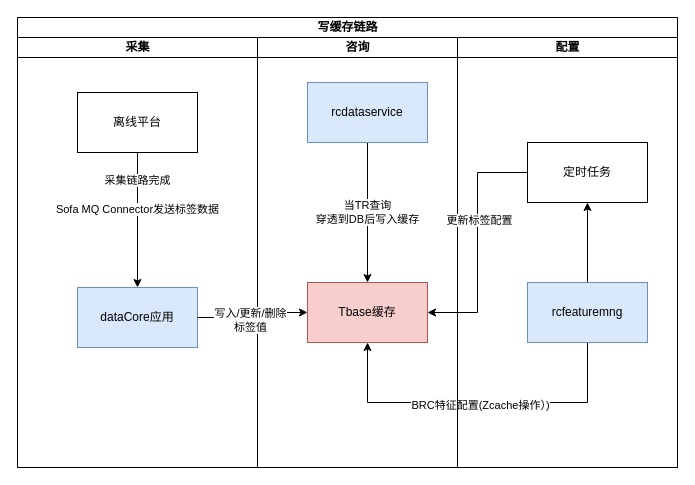
Earlier version of the draw.io diagram doc/draw/特征缓存上下游一览图.drawio (LiYeLin/fruitSellerClient). Source tidied: cells renumbered, new cells numbered last; positions are measured from the earlier drawing's top-left corner, leaving out a move shared by most shapes. Both pictures are drawn from the tidied source at 100%, with x=0, y=0 at pixel (17, 17).
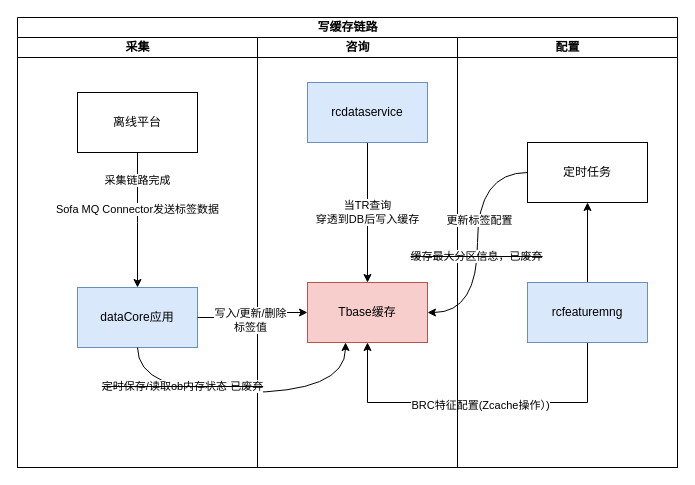
Above is the later version.

Commit message:
更新特征缓存上下游一览图.drawio

The change refers to these unchanged cells:
```xml
<mxCell id="2" value="写缓存链路" style="swimlane;startSize=20;html=1;" parent="1" vertex="1">
  <mxGeometry width="660" height="450" as="geometry" />
</mxCell>
<mxCell id="3" value="采集" style="swimlane;startSize=20;html=1;" parent="2" vertex="1">
  <mxGeometry y="20" width="240" height="430" as="geometry" />
</mxCell>
<mxCell id="7" value="离线平台" style="whiteSpace=wrap;html=1;" parent="3" vertex="1">
  <mxGeometry x="60" y="55" width="120" height="60" as="geometry" />
</mxCell>
<mxCell id="8" value="dataCore应用" style="whiteSpace=wrap;html=1;fillColor=#dae8fc;strokeColor=#6c8ebf;" parent="3" vertex="1">
  <mxGeometry x="60" y="250" width="120" height="60" as="geometry" />
</mxCell>
<mxCell id="12" value="Tbase缓存" style="whiteSpace=wrap;html=1;fillColor=#f8cecc;strokeColor=#b85450;" parent="9" vertex="1">
  <mxGeometry x="50" y="245" width="120" height="60" as="geometry" />
</mxCell>
<mxCell id="20" value="定时任务" style="rounded=0;whiteSpace=wrap;html=1;" parent="17" vertex="1">
  <mxGeometry x="70" y="105" width="120" height="60" as="geometry" />
</mxCell>
```

The edit, as a diff of the source:
```diff
@@
-    <mxCell id="4" style="edgeStyle=orthogonalEdgeStyle;rounded=0;jettySize=auto;html=1;" parent="3" edge="1" source="7" target="8">
-      <mxGeometry relative="1" as="geometry" />
+    <mxCell id="4" style="edgeStyle=orthogonalEdgeStyle;rounded=0;jettySize=auto;html=1;jumpStyle=none;" parent="3" edge="1" source="7" target="8">
+      <mxGeometry relative="1" as="geometry">
+        <Array as="points">
+          <mxPoint x="120" y="185" />
+          <mxPoint x="120" y="185" />
+        </Array>
+      </mxGeometry>
     </mxCell>
@@
-    <mxCell id="21" style="edgeStyle=orthogonalEdgeStyle;rounded=0;jettySize=auto;html=1;entryX=1;entryY=0.5;entryDx=0;entryDy=0;" parent="2" edge="1" source="20" target="12">
+    <mxCell id="21" style="edgeStyle=orthogonalEdgeStyle;rounded=0;jettySize=auto;html=1;entryX=1;entryY=0.5;entryDx=0;entryDy=0;curved=1;" parent="2" edge="1" source="20" target="12">
       <mxGeometry relative="1" as="geometry" />
     </mxCell>
@@
+    <mxCell id="23" value="&lt;strike&gt;缓存最大分区信息，已废弃&lt;/strike&gt;" style="edgeLabel;html=1;align=center;verticalAlign=middle;" parent="21" vertex="1">
+      <mxGeometry x="0.11" y="-2" relative="1" as="geometry" />
+    </mxCell>
+    <mxCell id="24" style="edgeStyle=orthogonalEdgeStyle;rounded=0;jettySize=auto;html=1;entryX=0.317;entryY=1;entryDx=0;entryDy=0;entryPerimeter=0;curved=1;exitX=0.5;exitY=1;exitDx=0;exitDy=0;" parent="2" edge="1" source="8" target="12">
+      <mxGeometry relative="1" as="geometry">
+        <Array as="points">
+          <mxPoint x="120" y="375" />
+          <mxPoint x="328" y="375" />
+        </Array>
+      </mxGeometry>
+    </mxCell>
+    <mxCell id="25" value="&lt;strike&gt;定时保存/读取ob内存状态 已废弃&lt;/strike&gt;" style="edgeLabel;html=1;align=center;verticalAlign=middle;" parent="24" vertex="1">
+      <mxGeometry x="-0.41" y="7" relative="1" as="geometry" />
+    </mxCell>
```
